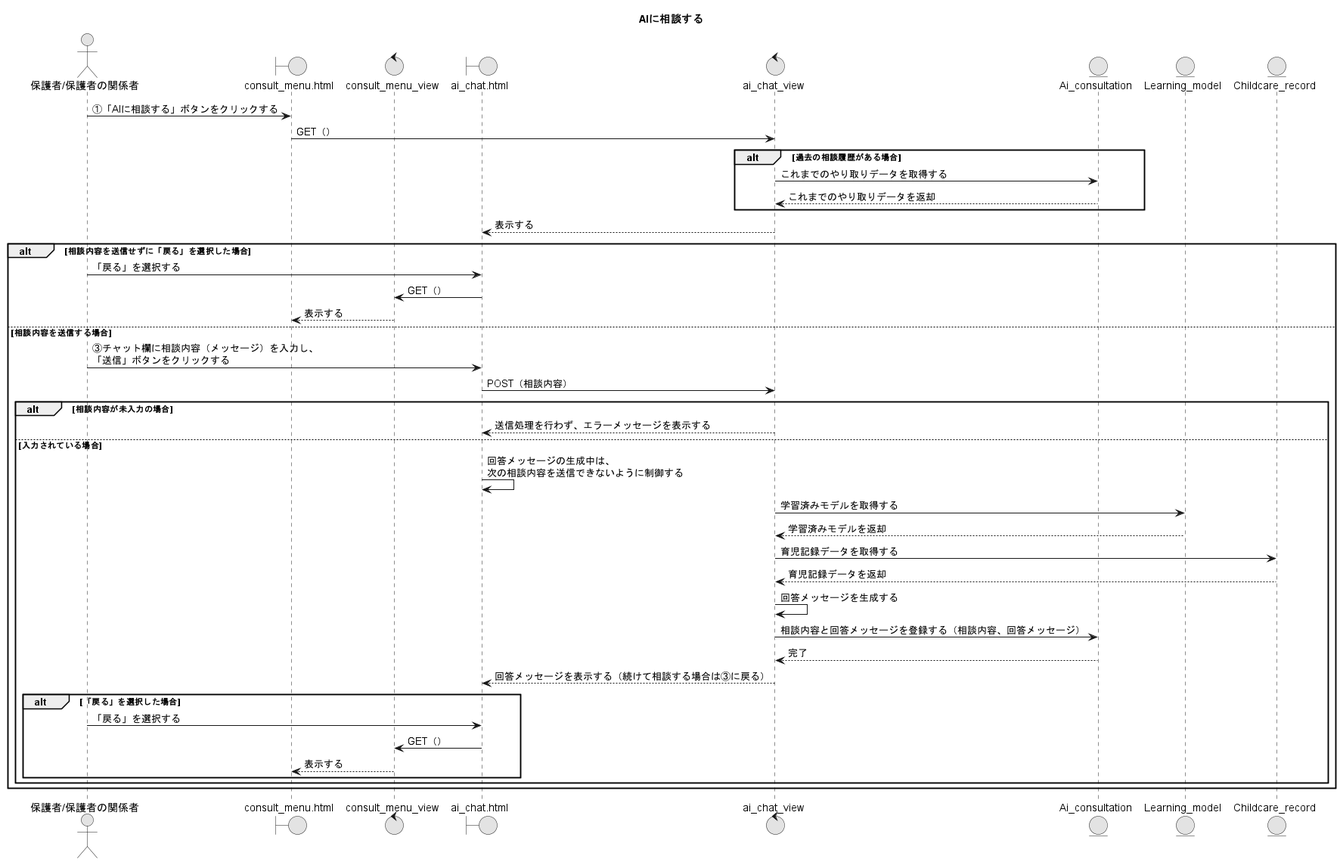
This is PNG/09_AIに相談する.png from Ma2naga190330/26_sotugyou_puml, a PlantUML export, as it was before one commit.
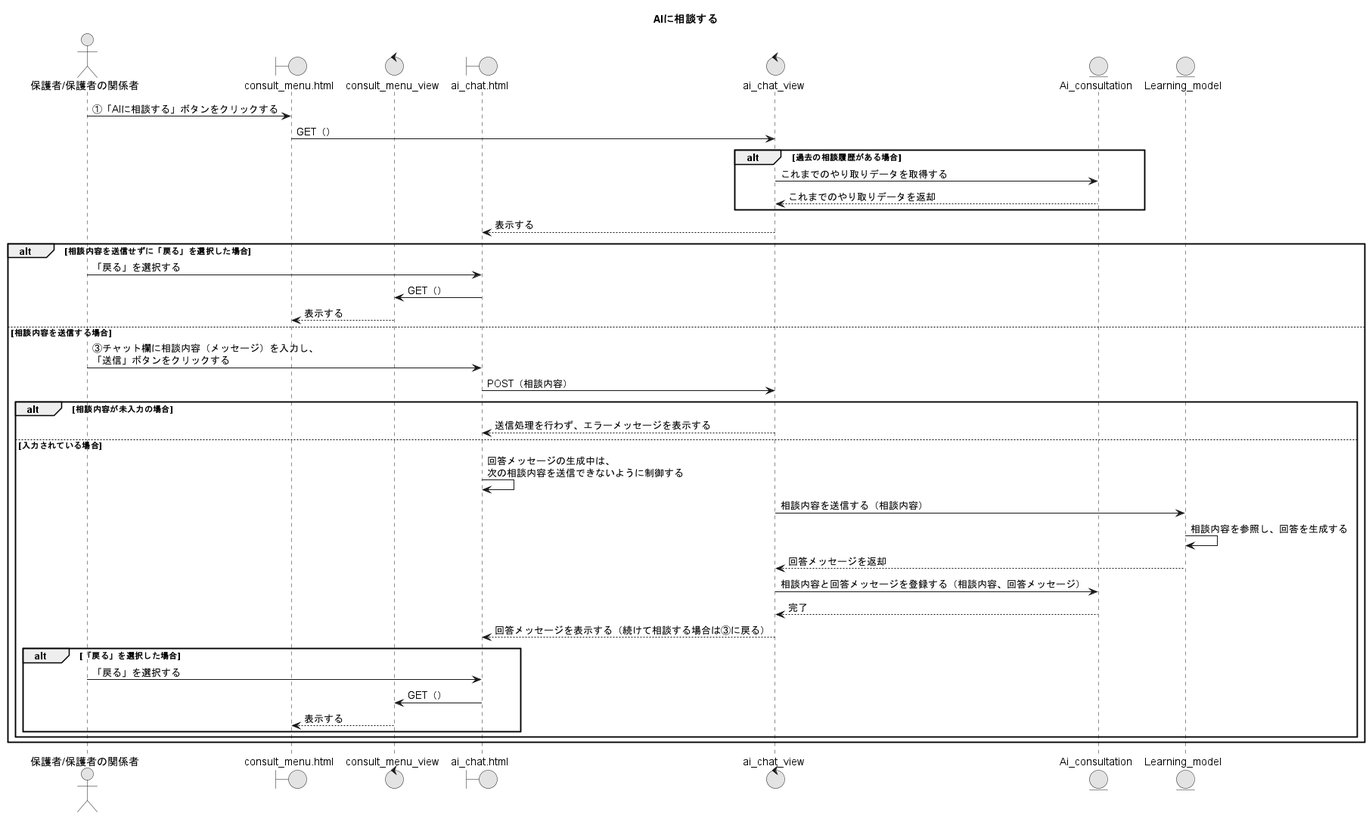
Later version of the same file.

The edit, as a diff of the source:
```diff
@@ -10,7 +10,6 @@
 control "ai_chat_view" as ACV
 entity "Ai_consultation" as ACSM
 entity "Learning_model" as LMM
-entity "Childcare_record" as CRM
 
 A -> CMP : ①「AIに相談する」ボタンをクリックする
 CMP -> ACV : GET（）
@@ -31,11 +30,9 @@
     ACV --> ACP : 送信処理を行わず、エラーメッセージを表示する
   else 入力されている場合
     ACP -> ACP : 回答メッセージの生成中は、\n次の相談内容を送信できないように制御する
-    ACV -> LMM : 学習済みモデルを取得する
-    ACV <-- LMM : 学習済みモデルを返却
-    ACV -> CRM : 育児記録データを取得する
-    ACV <-- CRM : 育児記録データを返却
-    ACV -> ACV : 回答メッセージを生成する
+    ACV -> LMM : 相談内容を送信する（相談内容）
+    LMM -> LMM : 相談内容を参照し、回答を生成する
+    ACV <-- LMM : 回答メッセージを返却
     ACV -> ACSM : 相談内容と回答メッセージを登録する（相談内容、回答メッセージ）
     ACV <-- ACSM : 完了
     ACV --> ACP : 回答メッセージを表示する（続けて相談する場合は③に戻る）
```
